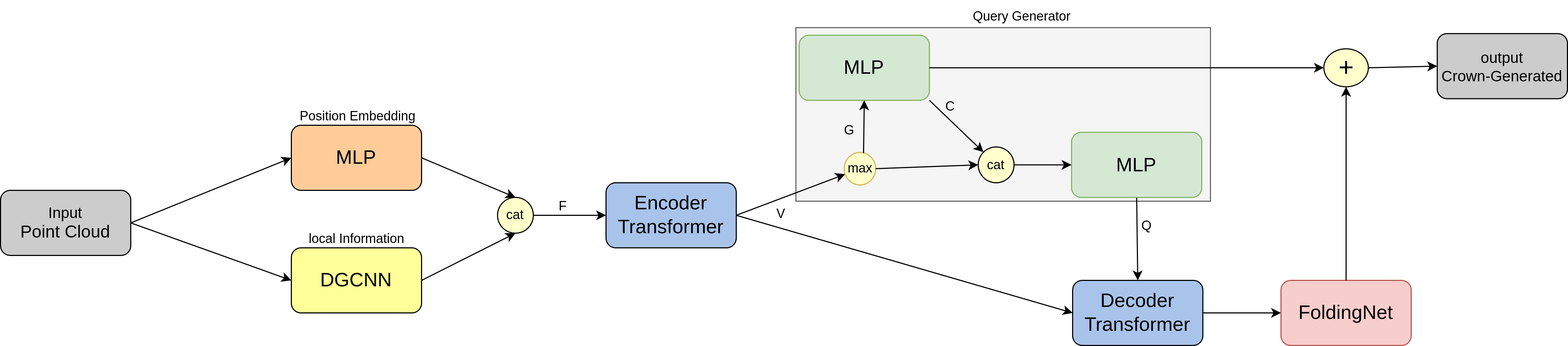
dentrix-dev/crown-generation keeps this draw.io diagram as images/Pipeline.png. Above is the earlier version. Source tidied: cells renumbered, new cells last; positions are measured from the earlier drawing's top-left corner, leaving out a move shared by most shapes. Source of this version:
```xml
<mxGraphModel>
  <root>
    <mxCell id="0" />
    <mxCell id="1" parent="0" />
    <mxCell id="2" style="rounded=0;whiteSpace=wrap;html=1;fillColor=#f5f5f5;fontColor=#333333;strokeColor=#666666;" parent="1" vertex="1">
      <mxGeometry x="733" y="25" width="382" height="160" as="geometry" />
    </mxCell>
    <mxCell id="3" value="&lt;font style=&quot;font-size: 18px;&quot;&gt;DGCNN&lt;/font&gt;" style="rounded=1;whiteSpace=wrap;html=1;fillColor=light-dark(#FFFF99,var(--ge-dark-color, #121212));" parent="1" vertex="1">
      <mxGeometry x="268" y="228" width="120" height="60" as="geometry" />
    </mxCell>
    <mxCell id="4" value="&lt;font style=&quot;font-size: 18px;&quot;&gt;MLP&lt;/font&gt;" style="rounded=1;whiteSpace=wrap;html=1;fillColor=light-dark(#FFCC99,var(--ge-dark-color, #121212));" parent="1" vertex="1">
      <mxGeometry x="268" y="115" width="120" height="60" as="geometry" />
    </mxCell>
    <mxCell id="5" value="Position Embedding" style="text;html=1;align=center;verticalAlign=middle;strokeColor=none;fillColor=none;" parent="1" vertex="1">
      <mxGeometry x="264" y="92" width="130" height="30" as="geometry" />
    </mxCell>
    <mxCell id="6" value="local Information" style="text;html=1;align=center;verticalAlign=middle;strokeColor=none;fillColor=none;" parent="1" vertex="1">
      <mxGeometry x="273" y="205" width="110" height="30" as="geometry" />
    </mxCell>
    <mxCell id="7" style="endArrow=classic;html=1;rounded=0;exitX=1;exitY=0.5;exitDx=0;exitDy=0;entryX=0;entryY=0.5;entryDx=0;entryDy=0;" parent="1" edge="1" source="9" target="4">
      <mxGeometry relative="1" as="geometry" />
    </mxCell>
    <mxCell id="8" style="endArrow=classic;html=1;rounded=0;exitX=1;exitY=0.5;exitDx=0;exitDy=0;entryX=0;entryY=0.5;entryDx=0;entryDy=0;" parent="1" edge="1" source="9" target="3">
      <mxGeometry relative="1" as="geometry" />
    </mxCell>
    <mxCell id="9" value="&lt;font style=&quot;font-size: 14px;&quot;&gt;Input&lt;/font&gt;&lt;div&gt;&lt;font size=&quot;3&quot;&gt;Point Cloud&lt;/font&gt;&lt;/div&gt;" style="rounded=1;whiteSpace=wrap;html=1;fillColor=light-dark(#CCCCCC,var(--ge-dark-color, #121212));" parent="1" vertex="1">
      <mxGeometry y="175" width="120" height="60" as="geometry" />
    </mxCell>
    <mxCell id="10" value="cat" style="ellipse;whiteSpace=wrap;html=1;fillColor=light-dark(#FFFFCC,var(--ge-dark-color, #121212));" parent="1" vertex="1">
      <mxGeometry x="458" y="181.5" width="33" height="33" as="geometry" />
    </mxCell>
    <mxCell id="11" style="endArrow=classic;html=1;rounded=0;exitX=1;exitY=0.5;exitDx=0;exitDy=0;entryX=0.5;entryY=0;entryDx=0;entryDy=0;" parent="1" edge="1" source="4" target="10">
      <mxGeometry relative="1" as="geometry" />
    </mxCell>
    <mxCell id="12" style="endArrow=classic;html=1;rounded=0;exitX=1;exitY=0.5;exitDx=0;exitDy=0;entryX=0.5;entryY=1;entryDx=0;entryDy=0;" parent="1" edge="1" source="3" target="10">
      <mxGeometry relative="1" as="geometry" />
    </mxCell>
    <mxCell id="13" value="&lt;span style=&quot;font-size: 18px;&quot;&gt;Encoder&lt;/span&gt;&lt;div&gt;&lt;span style=&quot;font-size: 18px;&quot;&gt;Transformer&lt;/span&gt;&lt;/div&gt;" style="rounded=1;whiteSpace=wrap;html=1;fillColor=light-dark(#A9C4EB,var(--ge-dark-color, #121212));" parent="1" vertex="1">
      <mxGeometry x="558" y="168" width="120" height="60" as="geometry" />
    </mxCell>
    <mxCell id="14" style="endArrow=classic;html=1;rounded=0;exitX=1;exitY=0.5;exitDx=0;exitDy=0;entryX=0;entryY=0.5;entryDx=0;entryDy=0;" parent="1" edge="1" source="10" target="13">
      <mxGeometry relative="1" as="geometry" />
    </mxCell>
    <mxCell id="15" value="&lt;span style=&quot;font-size: 18px;&quot;&gt;Decoder&lt;/span&gt;&lt;div&gt;&lt;span style=&quot;font-size: 18px;&quot;&gt;Transformer&lt;/span&gt;&lt;/div&gt;" style="rounded=1;whiteSpace=wrap;html=1;fillColor=light-dark(#A9C4EB,var(--ge-dark-color, #121212));" parent="1" vertex="1">
      <mxGeometry x="988" y="258" width="120" height="60" as="geometry" />
    </mxCell>
    <mxCell id="16" value="V" style="text;html=1;align=center;verticalAlign=middle;strokeColor=none;fillColor=none;" parent="1" vertex="1">
      <mxGeometry x="704" y="182" width="30" height="30" as="geometry" />
    </mxCell>
    <mxCell id="17" style="endArrow=classic;html=1;rounded=0;exitX=1;exitY=0.5;exitDx=0;exitDy=0;entryX=0;entryY=0.5;entryDx=0;entryDy=0;" parent="1" edge="1" source="13" target="15">
      <mxGeometry relative="1" as="geometry" />
    </mxCell>
    <mxCell id="18" style="endArrow=classic;html=1;rounded=0;exitX=1;exitY=0.5;exitDx=0;exitDy=0;" parent="1" edge="1" source="13" target="21">
      <mxGeometry relative="1" as="geometry" />
    </mxCell>
    <mxCell id="19" style="endArrow=classic;html=1;rounded=0;exitX=0.5;exitY=1;exitDx=0;exitDy=0;entryX=0.5;entryY=0;entryDx=0;entryDy=0;" parent="1" edge="1" source="26" target="15">
      <mxGeometry relative="1" as="geometry" />
    </mxCell>
    <mxCell id="20" value="&lt;span style=&quot;font-size: 18px;&quot;&gt;MLP&lt;/span&gt;" style="rounded=1;whiteSpace=wrap;html=1;fillColor=#d5e8d4;strokeColor=#82b366;" parent="1" vertex="1">
      <mxGeometry x="736" y="32" width="120" height="60" as="geometry" />
    </mxCell>
    <mxCell id="21" value="max" style="ellipse;whiteSpace=wrap;html=1;fillColor=#FFFFCC;strokeColor=#d6b656;" parent="1" vertex="1">
      <mxGeometry x="777.5" y="140" width="29" height="30" as="geometry" />
    </mxCell>
    <mxCell id="22" style="endArrow=classic;html=1;rounded=0;entryX=0.5;entryY=1;entryDx=0;entryDy=0;exitX=0.614;exitY=0.021;exitDx=0;exitDy=0;exitPerimeter=0;" parent="1" edge="1" source="21" target="20">
      <mxGeometry relative="1" as="geometry" />
    </mxCell>
    <mxCell id="23" value="cat" style="ellipse;whiteSpace=wrap;html=1;fillColor=light-dark(#FFFFCC,var(--ge-dark-color, #121212));" parent="1" vertex="1">
      <mxGeometry x="901" y="135" width="33" height="33" as="geometry" />
    </mxCell>
    <mxCell id="24" style="endArrow=classic;html=1;rounded=0;entryX=0;entryY=0.5;entryDx=0;entryDy=0;exitX=1;exitY=0.5;exitDx=0;exitDy=0;" parent="1" edge="1" source="21" target="23">
      <mxGeometry relative="1" as="geometry" />
    </mxCell>
    <mxCell id="25" style="endArrow=classic;html=1;rounded=0;entryX=0;entryY=0;entryDx=0;entryDy=0;exitX=1;exitY=1;exitDx=0;exitDy=0;" parent="1" edge="1" source="20" target="23">
      <mxGeometry relative="1" as="geometry" />
    </mxCell>
    <mxCell id="26" value="&lt;span style=&quot;font-size: 18px;&quot;&gt;MLP&lt;/span&gt;" style="rounded=1;whiteSpace=wrap;html=1;fillColor=#d5e8d4;strokeColor=#82b366;" parent="1" vertex="1">
      <mxGeometry x="987" y="121.5" width="120" height="60" as="geometry" />
    </mxCell>
    <mxCell id="27" style="endArrow=classic;html=1;rounded=0;entryX=0;entryY=0.5;entryDx=0;entryDy=0;exitX=1;exitY=0.5;exitDx=0;exitDy=0;" parent="1" edge="1" source="23" target="26">
      <mxGeometry relative="1" as="geometry" />
    </mxCell>
    <mxCell id="28" value="&lt;div&gt;&lt;span style=&quot;font-size: 18px;&quot;&gt;FoldingNet&lt;/span&gt;&lt;/div&gt;" style="rounded=1;whiteSpace=wrap;html=1;fillColor=#f8cecc;strokeColor=#b85450;" parent="1" vertex="1">
      <mxGeometry x="1180" y="258" width="120" height="60" as="geometry" />
    </mxCell>
    <mxCell id="29" style="endArrow=classic;html=1;rounded=0;entryX=0;entryY=0.5;entryDx=0;entryDy=0;exitX=1;exitY=0.5;exitDx=0;exitDy=0;" parent="1" edge="1" source="15" target="28">
      <mxGeometry relative="1" as="geometry" />
    </mxCell>
    <mxCell id="30" value="&lt;span style=&quot;font-size: 14px;&quot;&gt;output&lt;/span&gt;&lt;div&gt;&lt;span style=&quot;font-size: 14px;&quot;&gt;Crown-Generated&lt;/span&gt;&lt;/div&gt;" style="rounded=1;whiteSpace=wrap;html=1;fillColor=light-dark(#CCCCCC,var(--ge-dark-color, #121212));" parent="1" vertex="1">
      <mxGeometry x="1324" y="30.5" width="120" height="60" as="geometry" />
    </mxCell>
    <mxCell id="31" style="endArrow=classic;html=1;rounded=0;exitX=0.5;exitY=0;exitDx=0;exitDy=0;entryX=0.5;entryY=1;entryDx=0;entryDy=0;" parent="1" edge="1" source="28" target="32">
      <mxGeometry relative="1" as="geometry" />
    </mxCell>
    <mxCell id="32" value="&lt;font style=&quot;font-size: 24px;&quot;&gt;+&lt;/font&gt;" style="ellipse;whiteSpace=wrap;html=1;fillColor=light-dark(#FFFFCC,var(--ge-dark-color, #121212));" parent="1" vertex="1">
      <mxGeometry x="1219.5" y="44.5" width="41" height="35" as="geometry" />
    </mxCell>
    <mxCell id="33" style="endArrow=classic;html=1;rounded=0;entryX=0;entryY=0.5;entryDx=0;entryDy=0;exitX=1;exitY=0.5;exitDx=0;exitDy=0;" parent="1" edge="1" source="20" target="32">
      <mxGeometry relative="1" as="geometry" />
    </mxCell>
    <mxCell id="34" style="endArrow=classic;html=1;rounded=0;entryX=0;entryY=0.5;entryDx=0;entryDy=0;exitX=1;exitY=0.5;exitDx=0;exitDy=0;" parent="1" edge="1" source="32" target="30">
      <mxGeometry relative="1" as="geometry" />
    </mxCell>
    <mxCell id="35" value="C" style="text;html=1;align=center;verticalAlign=middle;strokeColor=none;fillColor=none;" parent="1" vertex="1">
      <mxGeometry x="860" y="83" width="30" height="30" as="geometry" />
    </mxCell>
    <mxCell id="36" value="G" style="text;html=1;align=center;verticalAlign=middle;strokeColor=none;fillColor=none;" parent="1" vertex="1">
      <mxGeometry x="767" y="105" width="30" height="30" as="geometry" />
    </mxCell>
    <mxCell id="37" value="Q" style="text;html=1;align=center;verticalAlign=middle;strokeColor=none;fillColor=none;" parent="1" vertex="1">
      <mxGeometry x="1041" y="193" width="30" height="30" as="geometry" />
    </mxCell>
    <mxCell id="38" value="F" style="text;html=1;align=center;verticalAlign=middle;strokeColor=none;fillColor=none;" parent="1" vertex="1">
      <mxGeometry x="503" y="175" width="30" height="30" as="geometry" />
    </mxCell>
    <mxCell id="39" value="Query Generator" style="text;html=1;align=center;verticalAlign=middle;strokeColor=none;fillColor=none;" parent="1" vertex="1">
      <mxGeometry x="885.8" width="110" height="30" as="geometry" />
    </mxCell>
  </root>
</mxGraphModel>
```
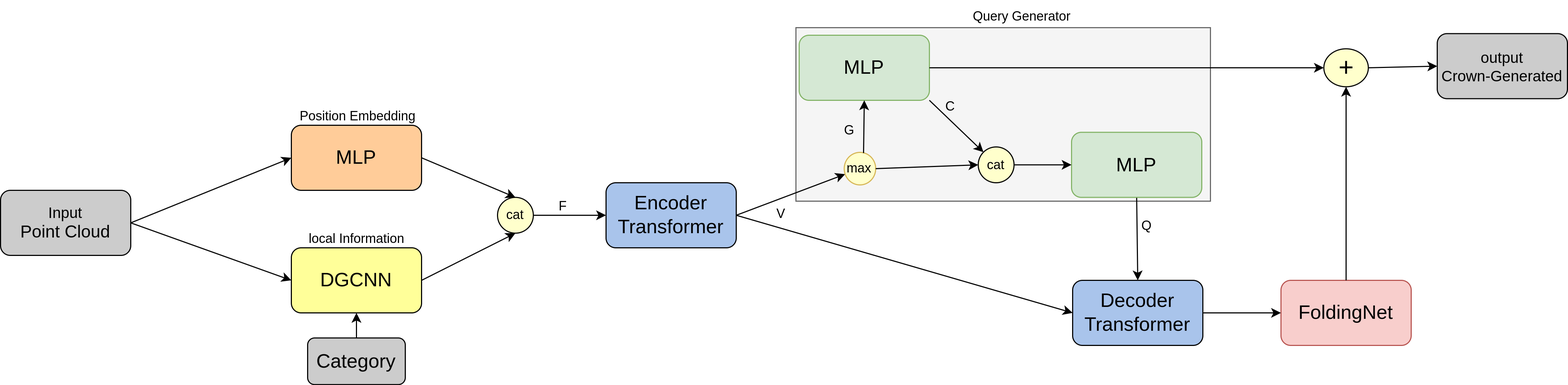
Above is the later version.

Diff of the diagram source:
```diff
@@ -116,5 +116,11 @@
     <mxCell id="39" value="Query Generator" style="text;html=1;align=center;verticalAlign=middle;strokeColor=none;fillColor=none;" parent="1" vertex="1">
       <mxGeometry x="885.8" width="110" height="30" as="geometry" />
     </mxCell>
+    <mxCell id="40" value="&lt;font style=&quot;font-size: 18px;&quot;&gt;Category&lt;/font&gt;" style="rounded=1;whiteSpace=wrap;html=1;fillColor=light-dark(#CCCCCC,var(--ge-dark-color, #121212));" parent="1" vertex="1">
+      <mxGeometry x="283" y="311.1" width="90" height="43" as="geometry" />
+    </mxCell>
+    <mxCell id="41" style="endArrow=classic;html=1;rounded=0;exitX=0.5;exitY=0;exitDx=0;exitDy=0;entryX=0.5;entryY=1;entryDx=0;entryDy=0;" parent="1" edge="1" source="40" target="3">
+      <mxGeometry relative="1" as="geometry" />
+    </mxCell>
   </root>
 </mxGraphModel>
```
